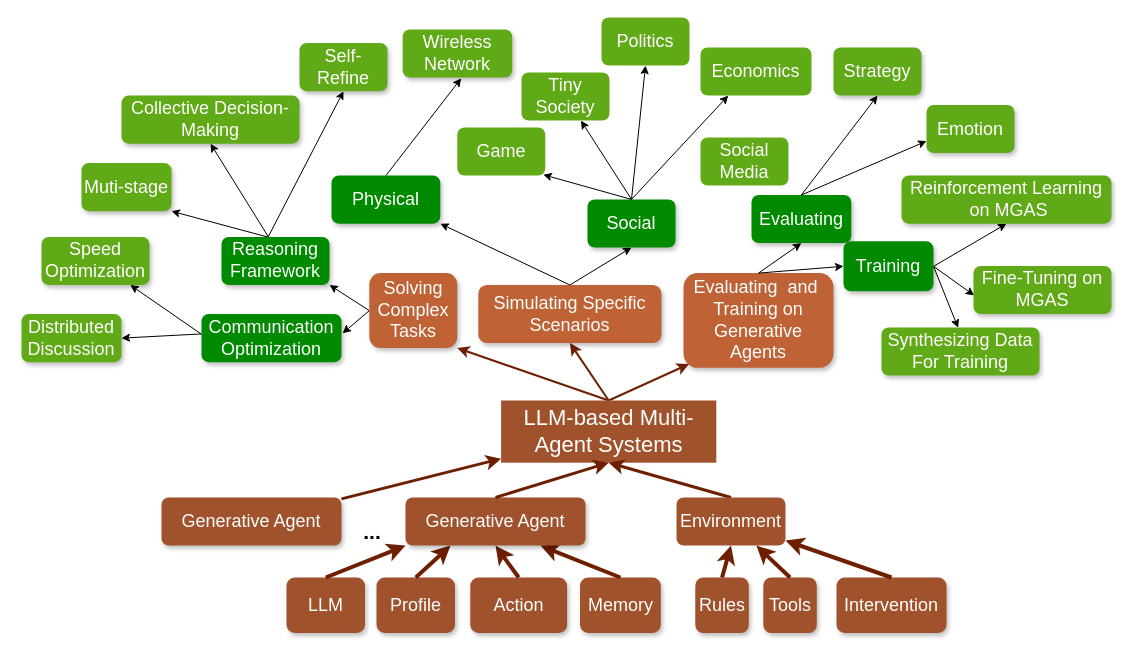
The draw.io diagram mgas.drawio in bianhua-12/Multi-generative_Agent_System_survey, before the edit. Source tidied: cells renumbered, new cells numbered last; positions are measured from the earlier drawing's top-left corner, leaving out a move shared by most shapes. Both pictures are drawn from the tidied source at 100%, with x=0, y=0 at pixel (21, 17).
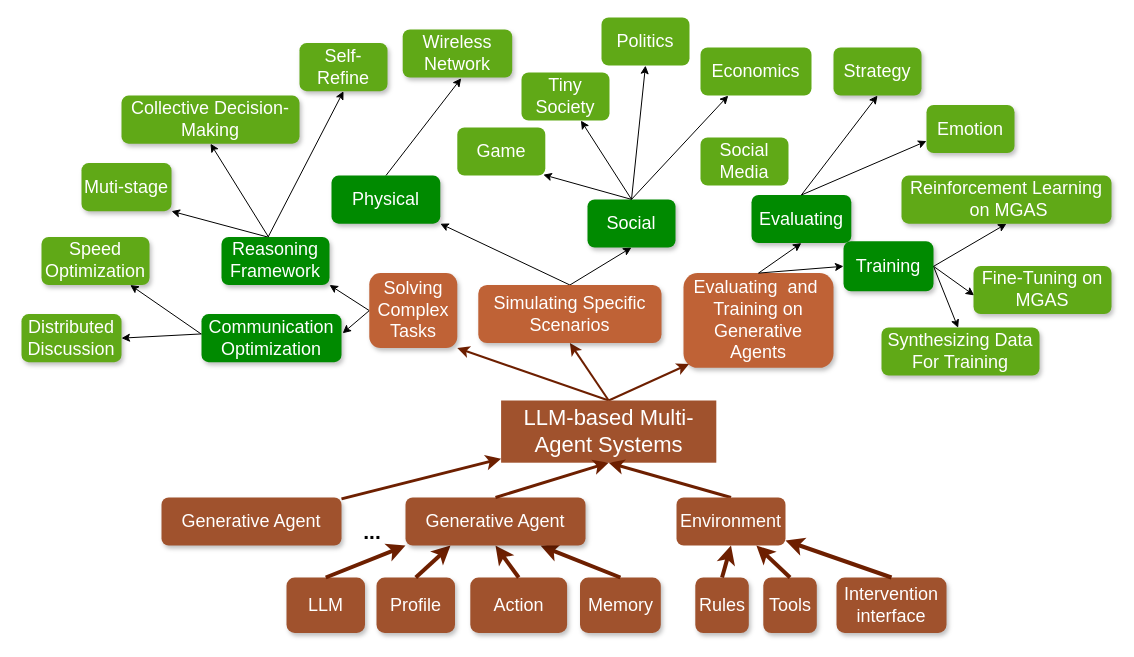
The same page after the edit.

Change to the diagram source:
```diff
@@
-    <mxCell id="67" value="Intervention" style="rounded=1;whiteSpace=wrap;html=1;fillColor=#a0522d;fontColor=#ffffff;strokeColor=none;fontSize=18;textShadow=0;glass=0;shadow=1;" parent="1" vertex="1">
+    <mxCell id="67" value="Intervention interface" style="rounded=1;whiteSpace=wrap;html=1;fillColor=#a0522d;fontColor=#ffffff;strokeColor=none;fontSize=18;textShadow=0;glass=0;shadow=1;" parent="1" vertex="1">
       <mxGeometry x="815" y="560" width="110" height="55.5" as="geometry" />
     </mxCell>
```
